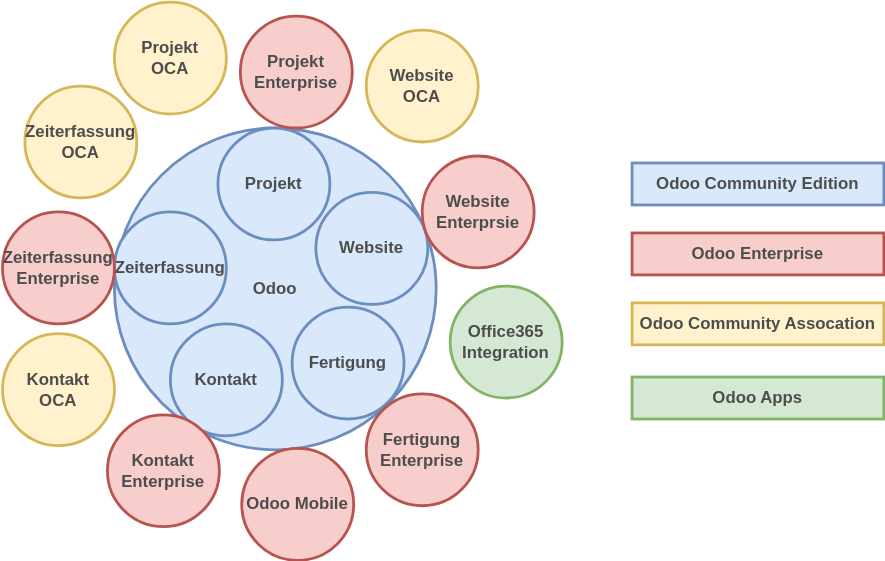
Before: attachments/Odoo Ökosystem.svg, a diagram exported from draw.io (Mint-System/Wiki). Source tidied: cells renumbered, new cells last; positions are measured from the earlier drawing's top-left corner, leaving out a move shared by most shapes.
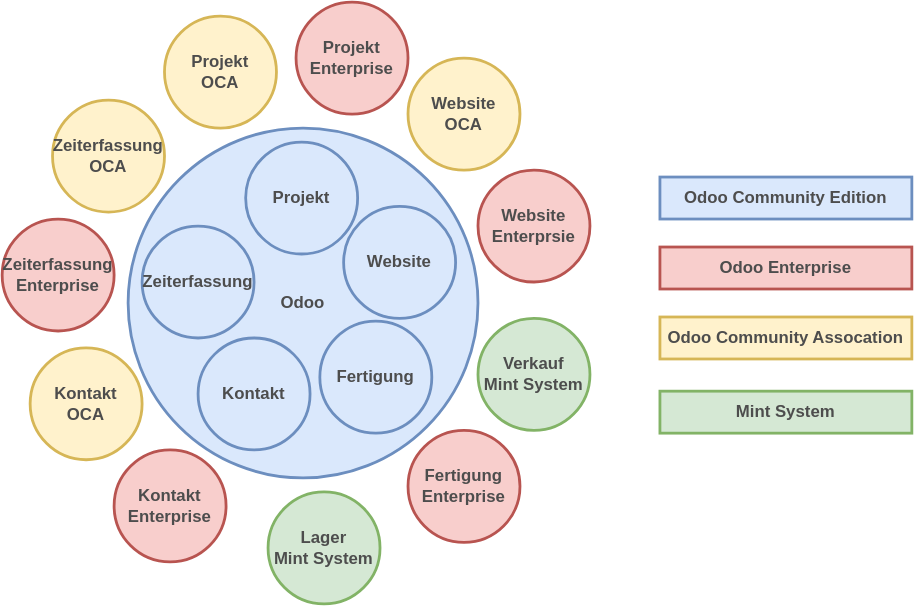
After the change.

Commit message:
vault backup: 2026-03-03 10:00:03

Change to the diagram source:
```diff
@@ -3,7 +3,7 @@
     <mxCell id="0" />
     <mxCell id="1" parent="0" />
     <mxCell id="2" value="Odoo" style="ellipse;whiteSpace=wrap;html=1;fillColor=#dae8fc;strokeColor=#6c8ebf;strokeWidth=2;fontStyle=1;fontColor=#4D4D4D;" parent="1" vertex="1">
-      <mxGeometry x="80" y="90" width="230" height="230" as="geometry" />
+      <mxGeometry x="70" y="80" width="250" height="250" as="geometry" />
     </mxCell>
     <mxCell id="3" value="Odoo Community Edition" style="rounded=0;whiteSpace=wrap;html=1;fillColor=#dae8fc;strokeColor=#6c8ebf;strokeWidth=2;fontStyle=1;fontColor=#4D4D4D;" parent="1" vertex="1">
       <mxGeometry x="450" y="115" width="180" height="30" as="geometry" />
@@ -17,9 +17,6 @@
     <mxCell id="6" value="Projekt" style="ellipse;whiteSpace=wrap;html=1;fillColor=#dae8fc;strokeColor=#6c8ebf;strokeWidth=2;fontStyle=1;fontColor=#4D4D4D;" parent="1" vertex="1">
       <mxGeometry x="154" y="90" width="80" height="80" as="geometry" />
     </mxCell>
-    <mxCell id="7" value="Odoo Mobile" style="ellipse;whiteSpace=wrap;html=1;fillColor=#f8cecc;strokeColor=#b85450;strokeWidth=2;fontStyle=1;fontColor=#4D4D4D;" parent="1" vertex="1">
-      <mxGeometry x="171" y="319" width="80" height="80" as="geometry" />
-    </mxCell>
     <mxCell id="8" value="Zeiterfassung" style="ellipse;whiteSpace=wrap;html=1;fillColor=#dae8fc;strokeColor=#6c8ebf;strokeWidth=2;fontStyle=1;fontColor=#4D4D4D;" parent="1" vertex="1">
       <mxGeometry x="80" y="150" width="80" height="80" as="geometry" />
     </mxCell>
@@ -30,22 +27,22 @@
       <mxGeometry x="207" y="218" width="80" height="80" as="geometry" />
     </mxCell>
     <mxCell id="11" value="Projekt&lt;br&gt;Enterprise" style="ellipse;whiteSpace=wrap;html=1;fillColor=#f8cecc;strokeColor=#b85450;strokeWidth=2;fontStyle=1;fontColor=#4D4D4D;" parent="1" vertex="1">
-      <mxGeometry x="170" y="10" width="80" height="80" as="geometry" />
+      <mxGeometry x="190" y="-10" width="80" height="80" as="geometry" />
     </mxCell>
     <mxCell id="12" value="Zeiterfassung&lt;br&gt;Enterprise" style="ellipse;whiteSpace=wrap;html=1;fillColor=#f8cecc;strokeColor=#b85450;strokeWidth=2;fontStyle=1;fontColor=#4D4D4D;" parent="1" vertex="1">
-      <mxGeometry y="150" width="80" height="80" as="geometry" />
+      <mxGeometry x="-20" y="145" width="80" height="80" as="geometry" />
     </mxCell>
     <mxCell id="13" value="Projekt&lt;br&gt;OCA" style="ellipse;whiteSpace=wrap;html=1;fillColor=#fff2cc;strokeColor=#d6b656;strokeWidth=2;fontStyle=1;fontColor=#4D4D4D;" parent="1" vertex="1">
-      <mxGeometry x="80" width="80" height="80" as="geometry" />
+      <mxGeometry x="96" width="80" height="80" as="geometry" />
     </mxCell>
     <mxCell id="14" value="Kontakt&lt;br&gt;Enterprise" style="ellipse;whiteSpace=wrap;html=1;fillColor=#f8cecc;strokeColor=#b85450;strokeWidth=2;fontStyle=1;fontColor=#4D4D4D;" parent="1" vertex="1">
-      <mxGeometry x="75" y="295" width="80" height="80" as="geometry" />
+      <mxGeometry x="60" y="310" width="80" height="80" as="geometry" />
     </mxCell>
     <mxCell id="15" value="Website" style="ellipse;whiteSpace=wrap;html=1;fillColor=#dae8fc;strokeColor=#6c8ebf;strokeWidth=2;fontStyle=1;fontColor=#4D4D4D;" parent="1" vertex="1">
       <mxGeometry x="224" y="136" width="80" height="80" as="geometry" />
     </mxCell>
     <mxCell id="16" value="Website&lt;br&gt;Enterprsie" style="ellipse;whiteSpace=wrap;html=1;fillColor=#f8cecc;strokeColor=#b85450;strokeWidth=2;fontStyle=1;fontColor=#4D4D4D;" parent="1" vertex="1">
-      <mxGeometry x="300" y="110" width="80" height="80" as="geometry" />
+      <mxGeometry x="320" y="110" width="80" height="80" as="geometry" />
     </mxCell>
     <mxCell id="17" value="Zeiterfassung&lt;br&gt;OCA" style="ellipse;whiteSpace=wrap;html=1;fillColor=#fff2cc;strokeColor=#d6b656;strokeWidth=2;fontStyle=1;fontColor=#4D4D4D;" parent="1" vertex="1">
       <mxGeometry x="16" y="60" width="80" height="80" as="geometry" />
@@ -53,17 +50,20 @@
     <mxCell id="18" value="Kontakt&lt;br&gt;OCA" style="ellipse;whiteSpace=wrap;html=1;fillColor=#fff2cc;strokeColor=#d6b656;strokeWidth=2;fontStyle=1;fontColor=#4D4D4D;" parent="1" vertex="1">
       <mxGeometry y="237" width="80" height="80" as="geometry" />
     </mxCell>
-    <mxCell id="19" value="Odoo Apps" style="rounded=0;whiteSpace=wrap;html=1;fillColor=#d5e8d4;strokeColor=#82b366;strokeWidth=2;fontStyle=1;fontColor=#4D4D4D;" parent="1" vertex="1">
+    <mxCell id="19" value="Mint System" style="rounded=0;whiteSpace=wrap;html=1;fillColor=#d5e8d4;strokeColor=#82b366;strokeWidth=2;fontStyle=1;fontColor=#4D4D4D;" parent="1" vertex="1">
       <mxGeometry x="450" y="268" width="180" height="30" as="geometry" />
     </mxCell>
     <mxCell id="20" value="Fertigung&lt;br&gt;Enterprise" style="ellipse;whiteSpace=wrap;html=1;fillColor=#f8cecc;strokeColor=#b85450;strokeWidth=2;fontStyle=1;fontColor=#4D4D4D;" parent="1" vertex="1">
-      <mxGeometry x="260" y="280" width="80" height="80" as="geometry" />
+      <mxGeometry x="270" y="296" width="80" height="80" as="geometry" />
     </mxCell>
-    <mxCell id="21" value="Office365&lt;br&gt;Integration" style="ellipse;whiteSpace=wrap;html=1;fillColor=#d5e8d4;strokeColor=#82b366;strokeWidth=2;fontStyle=1;fontColor=#4D4D4D;" parent="1" vertex="1">
-      <mxGeometry x="320" y="203" width="80" height="80" as="geometry" />
+    <mxCell id="21" value="Verkauf&lt;br&gt;Mint System" style="ellipse;whiteSpace=wrap;html=1;fillColor=#d5e8d4;strokeColor=#82b366;strokeWidth=2;fontStyle=1;fontColor=#4D4D4D;" parent="1" vertex="1">
+      <mxGeometry x="320" y="216" width="80" height="80" as="geometry" />
     </mxCell>
     <mxCell id="22" value="Website&lt;br&gt;OCA" style="ellipse;whiteSpace=wrap;html=1;fillColor=#fff2cc;strokeColor=#d6b656;strokeWidth=2;fontStyle=1;fontColor=#4D4D4D;" parent="1" vertex="1">
-      <mxGeometry x="260" y="20" width="80" height="80" as="geometry" />
+      <mxGeometry x="270" y="30" width="80" height="80" as="geometry" />
     </mxCell>
+    <mxCell id="23" value="Lager&lt;br&gt;Mint System" style="ellipse;whiteSpace=wrap;html=1;fillColor=#d5e8d4;strokeColor=#82b366;strokeWidth=2;fontStyle=1;fontColor=#4D4D4D;" parent="1" vertex="1">
+      <mxGeometry x="170" y="340" width="80" height="80" as="geometry" />
+    </mxCell>
   </root>
 </mxGraphModel>
```
